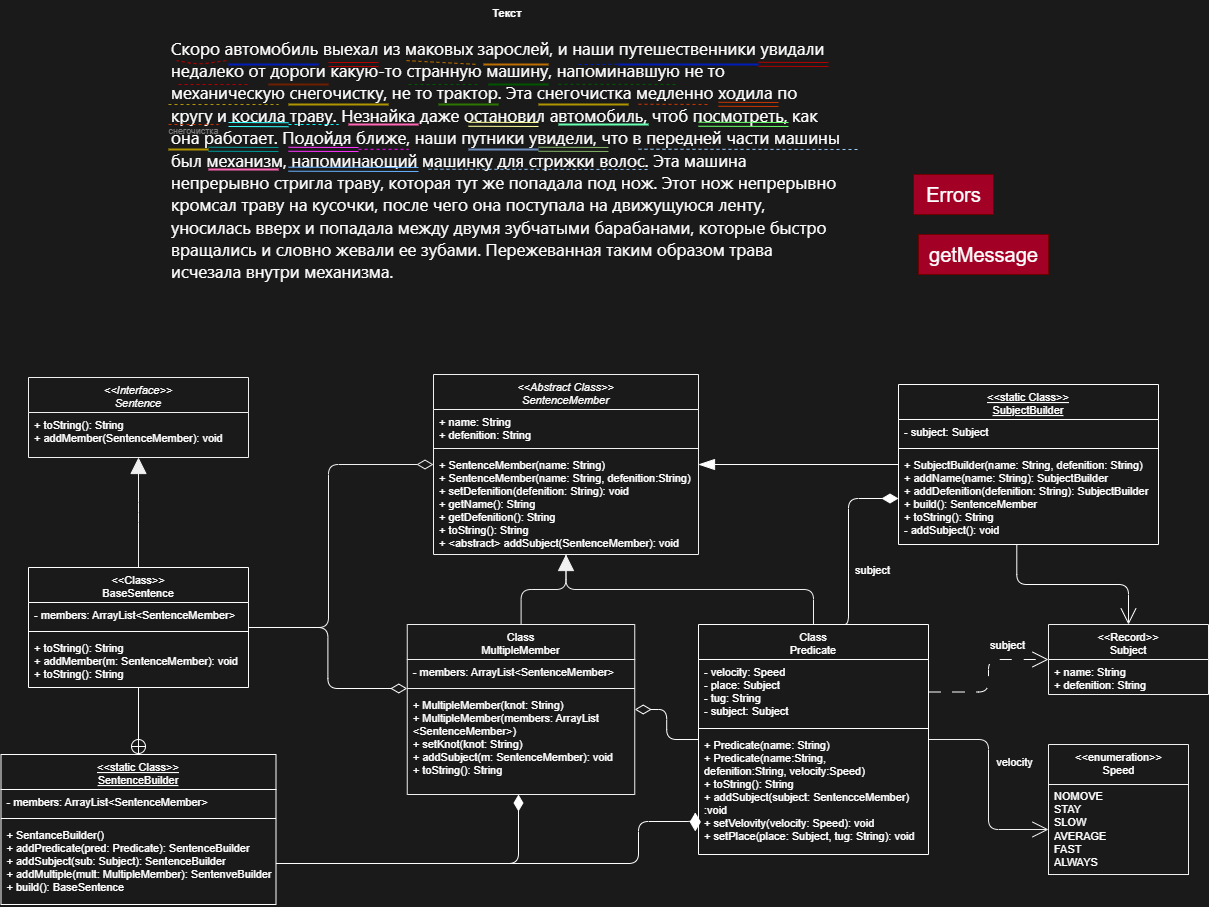
Before: Programming/Lab3/scheme/Scheme.png, a diagram exported from draw.io (Dmitrylesnoy/ITMO-study-labs). Source tidied: cells renumbered, new cells last; positions are measured from the earlier drawing's top-left corner, leaving out a move shared by most shapes.
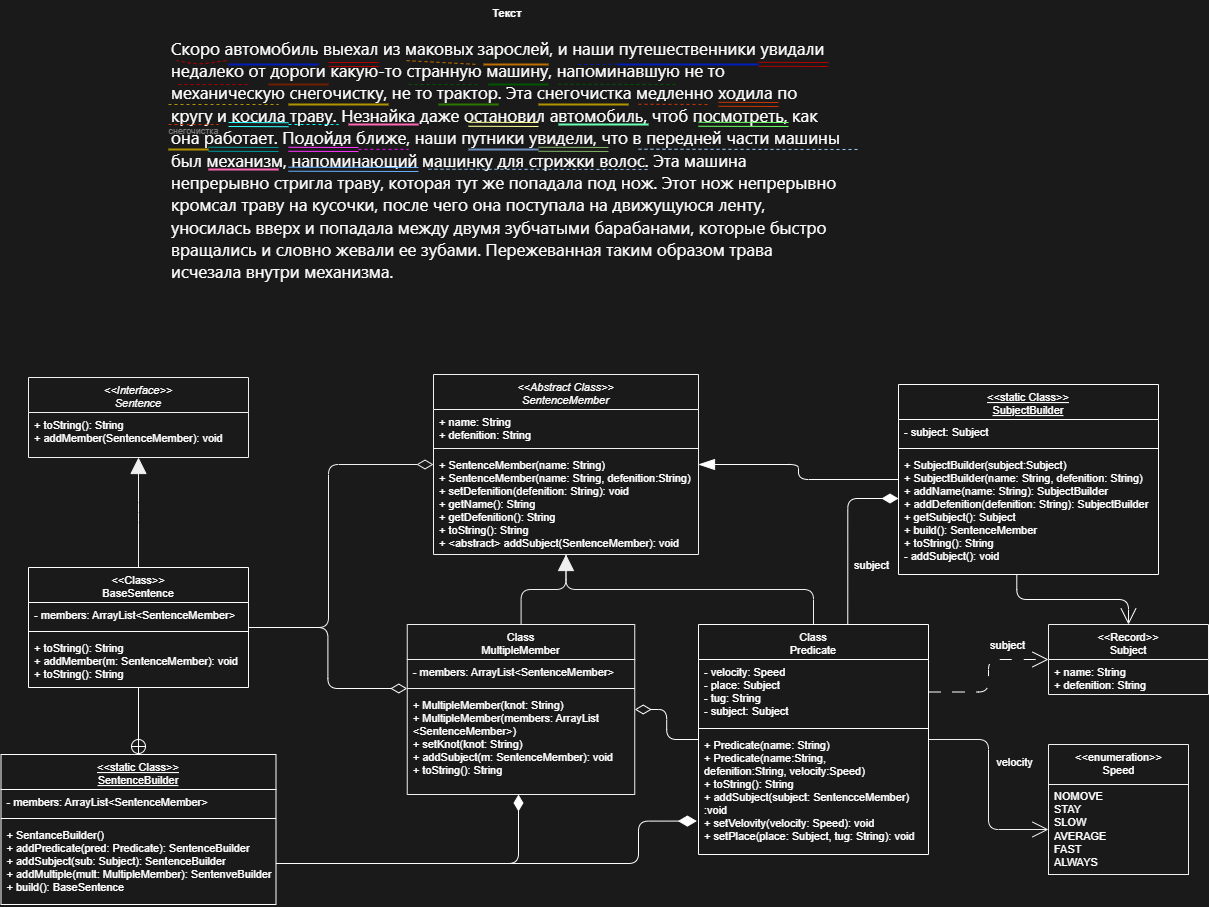
The same diagram one commit later.

Change to the diagram source:
```diff
@@ -206,7 +206,7 @@
     <mxCell id="47" style="edgeStyle=orthogonalEdgeStyle;html=1;endArrow=diamondThin;endFill=0;jumpSize=10;endSize=14;strokeColor=#FFFFFF;" parent="1" edge="1" source="49" target="68">
       <mxGeometry relative="1" as="geometry" />
     </mxCell>
-    <mxCell id="48" style="jumpSize=10;html=1;endArrow=none;endFill=0;startSize=16;endSize=16;strokeColor=#FFFFFF;startArrow=diamondThin;startFill=1;exitX=-0.014;exitY=0.811;exitDx=0;exitDy=0;exitPerimeter=0;entryX=1;entryY=0.5;entryDx=0;entryDy=0;edgeStyle=orthogonalEdgeStyle;" parent="1" edge="1" source="52" target="76">
+    <mxCell id="48" style="jumpSize=10;html=1;endArrow=none;endFill=0;startSize=16;endSize=16;strokeColor=#FFFFFF;startArrow=diamondThin;startFill=1;entryX=1;entryY=0.5;entryDx=0;entryDy=0;edgeStyle=orthogonalEdgeStyle;exitX=-0.007;exitY=0.726;exitDx=0;exitDy=0;exitPerimeter=0;" parent="1" edge="1" source="52" target="76">
       <mxGeometry relative="1" as="geometry">
         <Array as="points">
           <mxPoint x="638" y="811" />
@@ -310,10 +310,10 @@
     <mxCell id="77" style="edgeStyle=orthogonalEdgeStyle;jumpSize=10;html=1;endArrow=none;endFill=0;endSize=14;startSize=14;strokeColor=#FFFFFF;startArrow=diamondThin;startFill=0;" parent="1" edge="1" source="70" target="63">
       <mxGeometry relative="1" as="geometry" />
     </mxCell>
-    <mxCell id="78" style="edgeStyle=orthogonalEdgeStyle;html=1;entryX=0.619;entryY=0;entryDx=0;entryDy=0;endArrow=none;endFill=0;jumpSize=6;startSize=14;endSize=14;strokeColor=#FFFFFF;startArrow=diamondThin;startFill=1;entryPerimeter=0;" parent="1" edge="1" source="84" target="49">
+    <mxCell id="78" style="edgeStyle=orthogonalEdgeStyle;html=1;endArrow=none;endFill=0;jumpSize=6;startSize=14;endSize=14;strokeColor=#FFFFFF;startArrow=diamondThin;startFill=1;entryX=0.649;entryY=0.001;entryDx=0;entryDy=0;entryPerimeter=0;" parent="1" edge="1" source="84" target="49">
       <mxGeometry relative="1" as="geometry">
         <Array as="points">
-          <mxPoint x="848" y="488" />
+          <mxPoint x="847" y="488" />
         </Array>
       </mxGeometry>
     </mxCell>
@@ -326,7 +326,7 @@
       <mxGeometry relative="1" as="geometry" />
     </mxCell>
     <mxCell id="81" value="&lt;&lt;static Class&gt;&gt;&#10;SubjectBuilder" style="swimlane;fontStyle=4;align=center;verticalAlign=top;horizontal=1;startSize=35;rounded=0;shadow=0;glass=0;labelBackgroundColor=none;strokeColor=#FFFFFF;fontSize=11;fontColor=#FFFFFF;fillColor=none;gradientColor=none;" parent="1" vertex="1">
-      <mxGeometry x="898" y="374" width="260" height="160" as="geometry" />
+      <mxGeometry x="898" y="374" width="260" height="190" as="geometry" />
     </mxCell>
     <mxCell id="82" value="- subject: Subject&#10;" style="text;strokeColor=none;fillColor=none;align=left;verticalAlign=top;spacingLeft=4;spacingRight=4;overflow=hidden;rounded=0;shadow=0;glass=0;labelBackgroundColor=none;fontSize=11;fontColor=#FFFFFF;" parent="81" vertex="1">
       <mxGeometry y="35" width="260" height="25" as="geometry" />
@@ -334,8 +334,8 @@
     <mxCell id="83" style="line;strokeWidth=1;fillColor=none;align=left;verticalAlign=middle;spacingTop=-1;spacingLeft=3;spacingRight=3;labelPosition=right;strokeColor=inherit;rounded=0;shadow=0;glass=0;labelBackgroundColor=none;fontSize=11;fontColor=#FFFFFF;" parent="81" vertex="1">
       <mxGeometry y="60" width="260" height="8" as="geometry" />
     </mxCell>
-    <mxCell id="84" value="+ SubjectBuilder(name: String, defenition: String)&#10;+ addName(name: String): SubjectBuilder&#10;+ addDefenition(defenition: String): SubjectBuilder&#10;+ build(): SentenceMember&#10;+ toString(): String&#10;- addSubject(): void&#10;" style="text;strokeColor=none;fillColor=none;align=left;verticalAlign=top;spacingLeft=4;spacingRight=4;overflow=hidden;points=[[0,0.5],[1,0.5]];portConstraint=eastwest;rounded=0;shadow=0;glass=0;labelBackgroundColor=none;fontSize=11;fontColor=#FFFFFF;" parent="81" vertex="1">
-      <mxGeometry y="68" width="260" height="92" as="geometry" />
+    <mxCell id="84" value="+ SubjectBuilder(subject:Subject)&#10;+ SubjectBuilder(name: String, defenition: String)&#10;+ addName(name: String): SubjectBuilder&#10;+ addDefenition(defenition: String): SubjectBuilder&#10;+ getSubject(): Subject&#10;+ build(): SentenceMember&#10;+ toString(): String&#10;- addSubject(): void" style="text;strokeColor=none;fillColor=none;align=left;verticalAlign=top;spacingLeft=4;spacingRight=4;overflow=hidden;points=[[0,0.5],[1,0.5]];portConstraint=eastwest;rounded=0;shadow=0;glass=0;labelBackgroundColor=none;fontSize=11;fontColor=#FFFFFF;" parent="81" vertex="1">
+      <mxGeometry y="68" width="260" height="122" as="geometry" />
     </mxCell>
     <mxCell id="85" style="edgeStyle=orthogonalEdgeStyle;jumpSize=6;html=1;strokeColor=#FFFFFF;fontColor=#FFFFFF;startArrow=none;startFill=0;endArrow=open;endFill=0;startSize=14;endSize=14;dashed=1;dashPattern=12 12;" parent="1" edge="1" source="50" target="37">
       <mxGeometry relative="1" as="geometry" />
@@ -345,11 +345,5 @@
         <mxPoint x="10" y="-16" as="offset" />
       </mxGeometry>
     </mxCell>
-    <mxCell id="87" value="Errors" style="text;html=1;align=center;verticalAlign=middle;strokeColor=#6F0000;fillColor=#a20025;fontSize=20;fontColor=#ffffff;" parent="1" vertex="1">
-      <mxGeometry x="913" y="164" width="80" height="40" as="geometry" />
-    </mxCell>
-    <mxCell id="88" value="getMessage" style="text;html=1;align=center;verticalAlign=middle;strokeColor=#6F0000;fillColor=#a20025;fontSize=20;fontColor=#ffffff;" parent="1" vertex="1">
-      <mxGeometry x="918" y="224" width="130" height="40" as="geometry" />
-    </mxCell>
   </root>
 </mxGraphModel>
```
